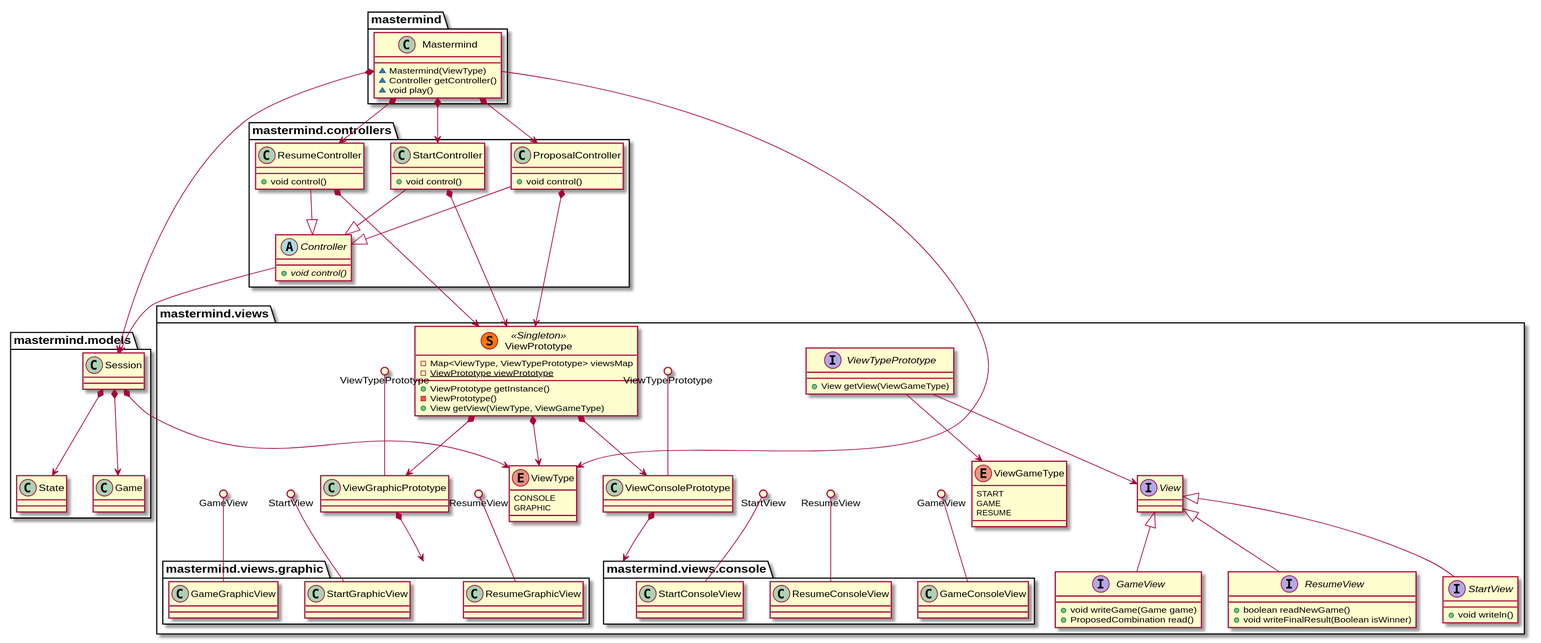
This is plantuml.svg from nkoutsourais/4954-PatArqSoft-Practica4, a PlantUML export, as it was before one commit.
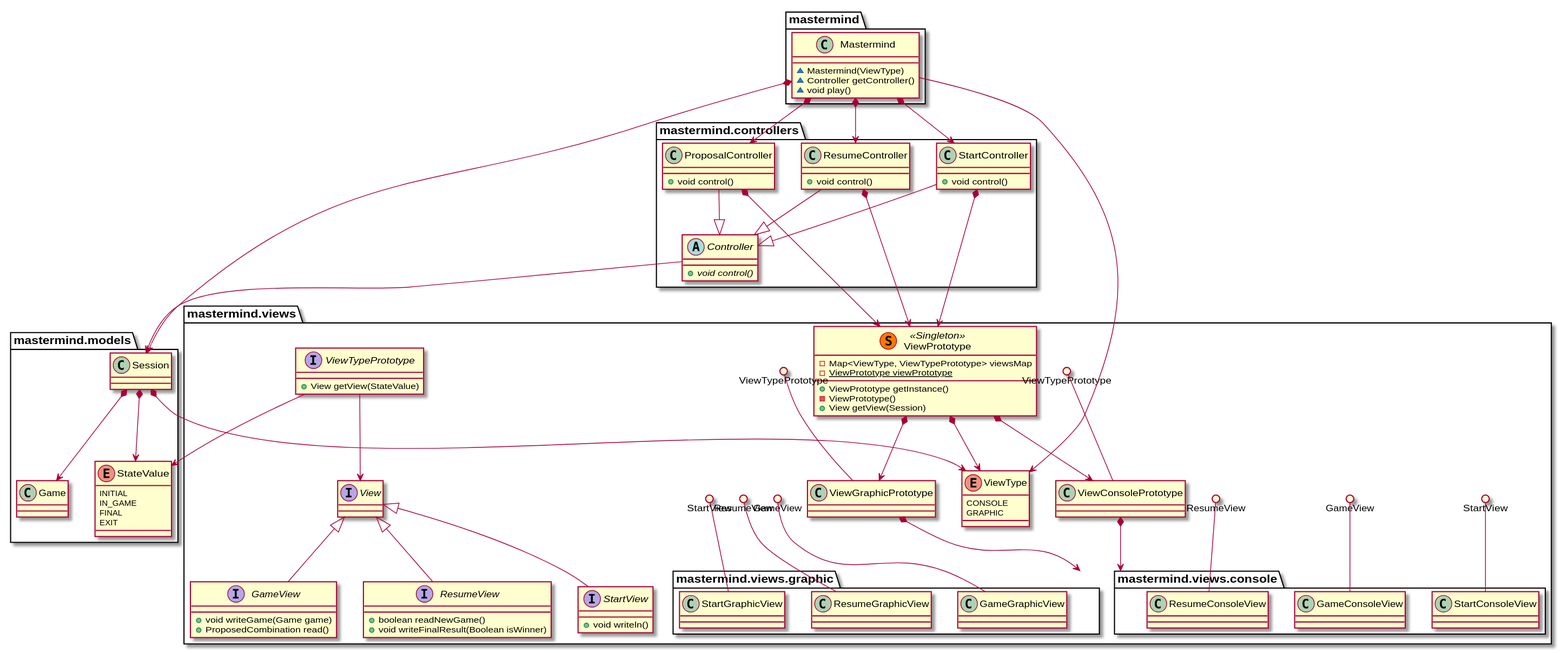
Later version of the same file.

What changed in the source:
```diff
@@ -39,13 +39,13 @@
  - {static} ViewPrototype viewPrototype
  + ViewPrototype getInstance()
  - ViewPrototype()
- + View getView(ViewType, ViewGameType)
+ + View getView(Session)
 }
 
 ViewPrototype *-down-> ViewType
 
 interface ViewTypePrototype {
-    + View getView(ViewGameType)
+    + View getView(StateValue)
 }
 
 interface View
@@ -68,21 +68,12 @@
 ViewTypePrototype ()-- ViewConsolePrototype
 ViewTypePrototype ()-- ViewGraphicPrototype
 
-ViewTypePrototype --> ViewGameType
-ViewTypePrototype --> View
-
 ViewPrototype *--> ViewConsolePrototype
 ViewPrototype *--> ViewGraphicPrototype
 
 enum ViewType {
   CONSOLE
   GRAPHIC
-}
-
-enum ViewGameType {
-  START
-  GAME
-  RESUME
 }
 
 package mastermind.views.console {
@@ -116,13 +107,20 @@
 
 package mastermind.models {
 class Session
-class State
+enum StateValue {
+  INITIAL
+  IN_GAME
+  FINAL
+  EXIT
+}
 class Game
 
-Session *-down-> State
+Session *-down-> StateValue
 Session *-down-> Game
 }
 
+ViewTypePrototype --> StateValue
+ViewTypePrototype --> View
 
 Session *-down-> ViewType
 
```
